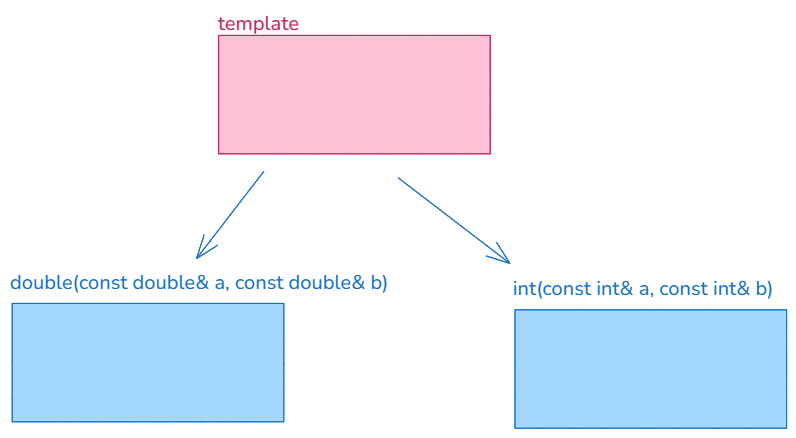
Earlier version of the Excalidraw export img/08.templates.excalidraw.png (silvercodes/P42_cpp_oop). Source tidied: one line per element, renumbered; positions are measured from the earlier drawing's top-left corner, leaving out a move shared by most shapes. The source it was exported from:
```json
{"id": 0, "type": "rectangle", "strokeColor": "#c2255c", "backgroundColor": "#fcc2d7", "fillStyle": "solid", "strokeWidth": 1, "roughness": 0, "x": 209, "y": 25, "width": 272, "height": 118}
{"id": 1, "type": "text", "text": "template", "strokeColor": "#c2255c", "backgroundColor": "#fcc2d7", "fillStyle": "solid", "strokeWidth": 1, "roughness": 0, "fontSize": 20, "fontFamily": 6, "x": 208, "y": 0, "width": 81, "height": 27}
{"id": 2, "type": "rectangle", "strokeColor": "#1971c2", "backgroundColor": "#a5d8ff", "fillStyle": "solid", "strokeWidth": 1, "roughness": 0, "x": 2, "y": 293, "width": 272, "height": 118}
{"id": 3, "type": "text", "text": "double(const double& a, const double& b)", "strokeColor": "#1971c2", "backgroundColor": "#a5d8ff", "fillStyle": "solid", "strokeWidth": 1, "roughness": 0, "fontSize": 20, "fontFamily": 6, "x": 0, "y": 259, "width": 378, "height": 27}
{"id": 4, "type": "arrow", "strokeColor": "#1971c2", "backgroundColor": "#a5d8ff", "fillStyle": "solid", "strokeWidth": 1, "roughness": 0, "endArrowhead": "arrow", "round": true, "from": 0, "to": 3, "x": 254, "y": 161, "width": 67, "height": 87, "points": [[0, 0], [-67, 87]]}
{"id": 5, "type": "rectangle", "strokeColor": "#1971c2", "backgroundColor": "#a5d8ff", "fillStyle": "solid", "strokeWidth": 1, "roughness": 0, "x": 505, "y": 300, "width": 272, "height": 118}
{"id": 6, "type": "text", "text": "int(const int& a, const int& b)", "strokeColor": "#1971c2", "backgroundColor": "#a5d8ff", "fillStyle": "solid", "strokeWidth": 1, "roughness": 0, "fontSize": 20, "fontFamily": 6, "x": 503, "y": 265, "width": 261, "height": 27}
{"id": 7, "type": "arrow", "strokeColor": "#1971c2", "backgroundColor": "#a5d8ff", "fillStyle": "solid", "strokeWidth": 1, "roughness": 0, "endArrowhead": "arrow", "round": true, "from": 0, "to": 6, "x": 388, "y": 168, "width": 112, "height": 86, "points": [[0, 0], [112, 86]]}
```
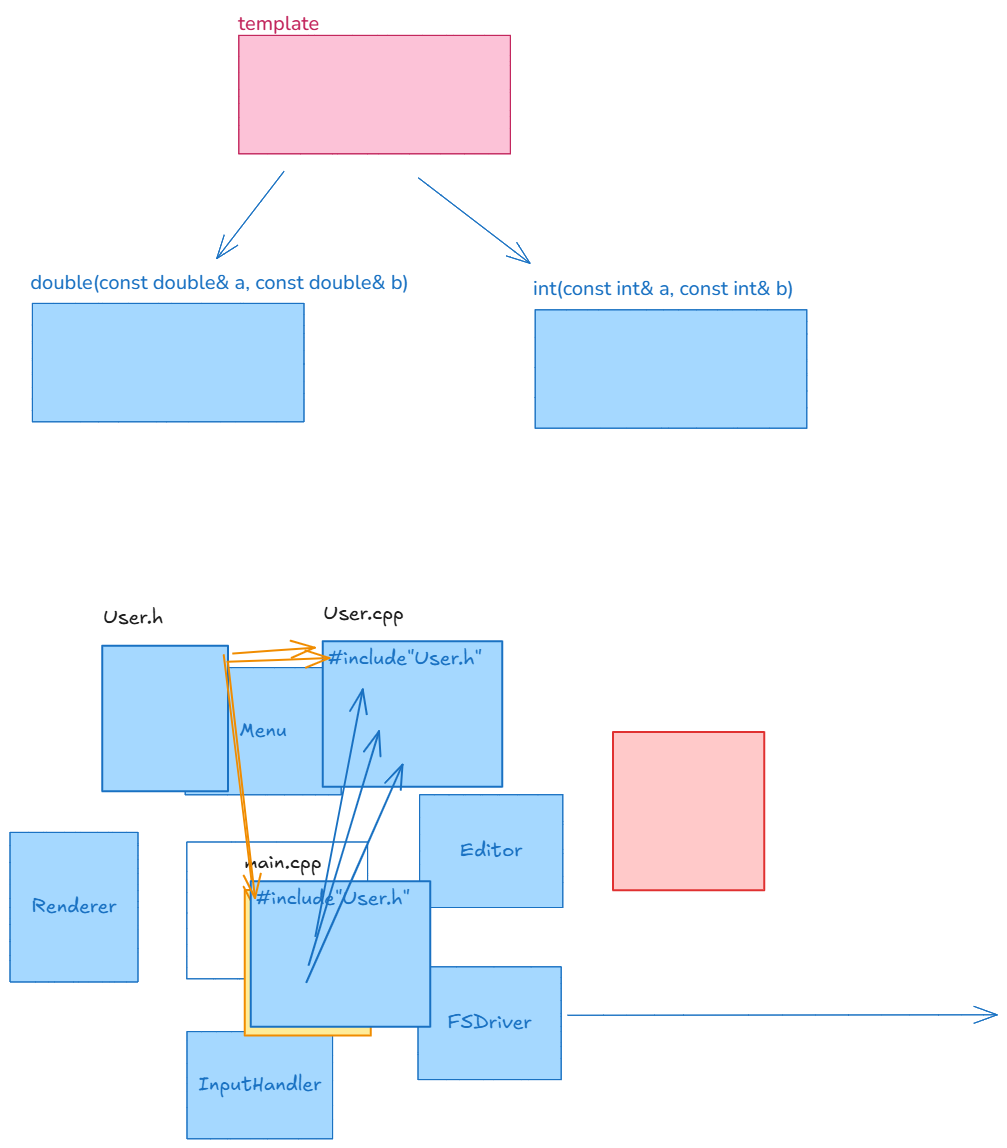
Later version of the same file.

What changed in the source:
```diff
@@ -6,3 +6,11 @@
 {"id": 5, "type": "rectangle", "strokeColor": "#1971c2", "backgroundColor": "#a5d8ff", "fillStyle": "solid", "strokeWidth": 1, "roughness": 0, "x": 505, "y": 300, "width": 272, "height": 118}
 {"id": 6, "type": "text", "text": "int(const int& a, const int& b)", "strokeColor": "#1971c2", "backgroundColor": "#a5d8ff", "fillStyle": "solid", "strokeWidth": 1, "roughness": 0, "fontSize": 20, "fontFamily": 6, "x": 503, "y": 265, "width": 261, "height": 27}
 {"id": 7, "type": "arrow", "strokeColor": "#1971c2", "backgroundColor": "#a5d8ff", "fillStyle": "solid", "strokeWidth": 1, "roughness": 0, "endArrowhead": "arrow", "round": true, "from": 0, "to": 6, "x": 388, "y": 168, "width": 112, "height": 86, "points": [[0, 0], [112, 86]]}
+{"id": 8, "type": "rectangle", "strokeColor": "#1971c2", "backgroundColor": "#a5d8ff", "fillStyle": "solid", "strokeWidth": 2, "roughness": 0, "x": 72, "y": 636, "width": 126, "height": 145}
+{"id": 9, "type": "text", "text": "User.h", "strokeColor": "#1e1e1e", "strokeWidth": 2, "roughness": 0, "fontSize": 20, "fontFamily": 5, "x": 73, "y": 596, "width": 60, "height": 25}
+{"id": 10, "type": "rectangle", "strokeColor": "#1971c2", "backgroundColor": "#a5d8ff", "fillStyle": "solid", "strokeWidth": 2, "roughness": 0, "x": 292, "y": 631, "width": 180, "height": 145}
+{"id": 11, "type": "text", "text": "#include\"User.h\"", "strokeColor": "#1971c2", "backgroundColor": "#ffec99", "fillStyle": "solid", "strokeWidth": 2, "roughness": 0, "fontSize": 20, "fontFamily": 5, "inside": 10, "x": 297, "y": 636, "width": 154, "height": 25}
+{"id": 12, "type": "text", "text": "User.cpp", "strokeColor": "#1e1e1e", "strokeWidth": 2, "roughness": 0, "fontSize": 20, "fontFamily": 5, "x": 293, "y": 591, "width": 80, "height": 25}
+{"id": 13, "type": "text", "text": "main.cpp", "strokeColor": "#1e1e1e", "strokeWidth": 2, "roughness": 0, "fontSize": 20, "fontFamily": 5, "x": 214, "y": 840, "width": 77, "height": 25}
+{"id": 14, "type": "rectangle", "strokeColor": "#1971c2", "backgroundColor": "#a5d8ff", "fillStyle": "solid", "strokeWidth": 2, "roughness": 0, "x": 220, "y": 871, "width": 180, "height": 145}
+{"id": 15, "type": "text", "text": "#include\"User.h\"", "strokeColor": "#1971c2", "backgroundColor": "#ffec99", "fillStyle": "solid", "strokeWidth": 2, "roughness": 0, "fontSize": 20, "fontFamily": 5, "inside": 14, "x": 225, "y": 876, "width": 154, "height": 25}
```
